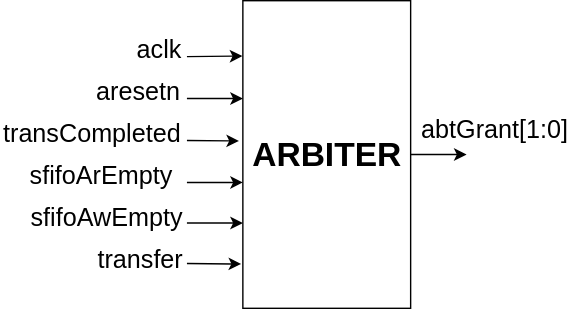
Earlier version of the draw.io export IMAGE/arbiter_block_diagram.drawio.svg (Manprocoder/AXI-APB-Bridge). Source tidied: cells renumbered, new cells last; positions are measured from the earlier drawing's top-left corner, leaving out a move shared by most shapes. Source of this version:
```xml
<mxGraphModel>
  <root>
    <mxCell id="0" />
    <mxCell id="1" parent="0" />
    <mxCell id="2" value="&lt;font style=&quot;font-size: 24px;&quot;&gt;&lt;b&gt;ARBITER&lt;/b&gt;&lt;/font&gt;" style="rounded=0;whiteSpace=wrap;html=1;" parent="1" vertex="1">
      <mxGeometry x="173" width="120" height="220" as="geometry" />
    </mxCell>
    <mxCell id="3" style="endArrow=classic;html=1;rounded=0;entryX=-0.003;entryY=0.18;entryDx=0;entryDy=0;entryPerimeter=0;" parent="1" edge="1" target="2">
      <mxGeometry relative="1" as="geometry">
        <mxPoint x="133" y="40" as="sourcePoint" />
      </mxGeometry>
    </mxCell>
    <mxCell id="4" value="&lt;font style=&quot;font-size: 18px;&quot;&gt;aclk&lt;/font&gt;" style="text;html=1;align=center;verticalAlign=middle;whiteSpace=wrap;rounded=0;" parent="1" vertex="1">
      <mxGeometry x="93" y="20" width="40" height="30" as="geometry" />
    </mxCell>
    <mxCell id="5" style="endArrow=classic;html=1;rounded=0;entryX=0;entryY=0.25;entryDx=0;entryDy=0;" parent="1" edge="1">
      <mxGeometry relative="1" as="geometry">
        <mxPoint x="133" y="70" as="sourcePoint" />
        <mxPoint x="173" y="70" as="targetPoint" />
      </mxGeometry>
    </mxCell>
    <mxCell id="6" value="&lt;font style=&quot;font-size: 18px;&quot;&gt;aresetn&lt;/font&gt;" style="text;html=1;align=center;verticalAlign=middle;whiteSpace=wrap;rounded=0;" parent="1" vertex="1">
      <mxGeometry x="63" y="50" width="70" height="30" as="geometry" />
    </mxCell>
    <mxCell id="7" style="endArrow=classic;html=1;rounded=0;exitX=1;exitY=0.5;exitDx=0;exitDy=0;" parent="1" edge="1" source="2">
      <mxGeometry relative="1" as="geometry">
        <mxPoint x="333" y="110" as="targetPoint" />
      </mxGeometry>
    </mxCell>
    <mxCell id="8" style="endArrow=classic;html=1;rounded=0;entryX=-0.023;entryY=0.456;entryDx=0;entryDy=0;entryPerimeter=0;" parent="1" edge="1" target="2">
      <mxGeometry relative="1" as="geometry">
        <mxPoint x="133" y="100" as="sourcePoint" />
      </mxGeometry>
    </mxCell>
    <mxCell id="9" value="&lt;font style=&quot;font-size: 18px;&quot;&gt;transCompleted&lt;/font&gt;" style="text;html=1;align=center;verticalAlign=middle;whiteSpace=wrap;rounded=0;" parent="1" vertex="1">
      <mxGeometry y="80" width="130" height="30" as="geometry" />
    </mxCell>
    <mxCell id="10" style="endArrow=classic;html=1;rounded=0;" parent="1" edge="1">
      <mxGeometry relative="1" as="geometry">
        <mxPoint x="133" y="130" as="sourcePoint" />
        <mxPoint x="173" y="130" as="targetPoint" />
      </mxGeometry>
    </mxCell>
    <mxCell id="11" value="&lt;font style=&quot;font-size: 18px;&quot;&gt;sfifoArEmpty&lt;/font&gt;" style="text;html=1;align=center;verticalAlign=middle;whiteSpace=wrap;rounded=0;" parent="1" vertex="1">
      <mxGeometry x="13" y="110" width="117" height="30" as="geometry" />
    </mxCell>
    <mxCell id="12" style="endArrow=classic;html=1;rounded=0;entryX=0;entryY=0.65;entryDx=0;entryDy=0;entryPerimeter=0;" parent="1" edge="1">
      <mxGeometry relative="1" as="geometry">
        <mxPoint x="133" y="159" as="sourcePoint" />
        <mxPoint x="173" y="159" as="targetPoint" />
      </mxGeometry>
    </mxCell>
    <mxCell id="13" value="&lt;font style=&quot;font-size: 18px;&quot;&gt;sfifoAwEmpty&lt;/font&gt;" style="text;html=1;align=center;verticalAlign=middle;whiteSpace=wrap;rounded=0;" parent="1" vertex="1">
      <mxGeometry x="17" y="140" width="117" height="30" as="geometry" />
    </mxCell>
    <mxCell id="14" value="&lt;font style=&quot;font-size: 18px;&quot;&gt;abtGrant[1:0]&lt;/font&gt;" style="text;html=1;align=center;verticalAlign=middle;whiteSpace=wrap;rounded=0;" parent="1" vertex="1">
      <mxGeometry x="293" y="77" width="120" height="30" as="geometry" />
    </mxCell>
    <mxCell id="15" style="endArrow=classic;html=1;rounded=0;entryX=-0.01;entryY=0.856;entryDx=0;entryDy=0;entryPerimeter=0;" parent="1" edge="1" target="2">
      <mxGeometry relative="1" as="geometry">
        <mxPoint x="133" y="188" as="sourcePoint" />
      </mxGeometry>
    </mxCell>
    <mxCell id="16" value="&lt;font style=&quot;font-size: 18px;&quot;&gt;transfer&lt;/font&gt;" style="text;html=1;align=center;verticalAlign=middle;whiteSpace=wrap;rounded=0;" parent="1" vertex="1">
      <mxGeometry x="61" y="170" width="77" height="30" as="geometry" />
    </mxCell>
  </root>
</mxGraphModel>
```
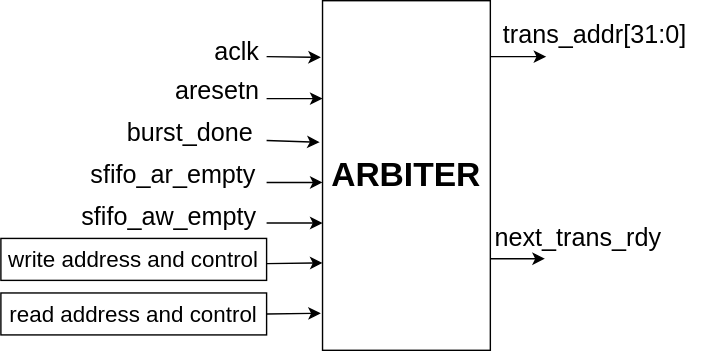
The same diagram one commit later.

What changed in the source:
```diff
@@ -3,15 +3,15 @@
     <mxCell id="0" />
     <mxCell id="1" parent="0" />
     <mxCell id="2" value="&lt;font style=&quot;font-size: 24px;&quot;&gt;&lt;b&gt;ARBITER&lt;/b&gt;&lt;/font&gt;" style="rounded=0;whiteSpace=wrap;html=1;" parent="1" vertex="1">
-      <mxGeometry x="173" width="120" height="220" as="geometry" />
+      <mxGeometry x="173" width="120" height="250" as="geometry" />
     </mxCell>
-    <mxCell id="3" style="endArrow=classic;html=1;rounded=0;entryX=-0.003;entryY=0.18;entryDx=0;entryDy=0;entryPerimeter=0;" parent="1" edge="1" target="2">
+    <mxCell id="3" style="endArrow=classic;html=1;rounded=0;entryX=-0.01;entryY=0.162;entryDx=0;entryDy=0;entryPerimeter=0;" parent="1" edge="1" target="2">
       <mxGeometry relative="1" as="geometry">
         <mxPoint x="133" y="40" as="sourcePoint" />
       </mxGeometry>
     </mxCell>
     <mxCell id="4" value="&lt;font style=&quot;font-size: 18px;&quot;&gt;aclk&lt;/font&gt;" style="text;html=1;align=center;verticalAlign=middle;whiteSpace=wrap;rounded=0;" parent="1" vertex="1">
-      <mxGeometry x="93" y="20" width="40" height="30" as="geometry" />
+      <mxGeometry x="92" y="22" width="40" height="30" as="geometry" />
     </mxCell>
     <mxCell id="5" style="endArrow=classic;html=1;rounded=0;entryX=0;entryY=0.25;entryDx=0;entryDy=0;" parent="1" edge="1">
       <mxGeometry relative="1" as="geometry">
@@ -22,18 +22,19 @@
     <mxCell id="6" value="&lt;font style=&quot;font-size: 18px;&quot;&gt;aresetn&lt;/font&gt;" style="text;html=1;align=center;verticalAlign=middle;whiteSpace=wrap;rounded=0;" parent="1" vertex="1">
       <mxGeometry x="63" y="50" width="70" height="30" as="geometry" />
     </mxCell>
-    <mxCell id="7" style="endArrow=classic;html=1;rounded=0;exitX=1;exitY=0.5;exitDx=0;exitDy=0;" parent="1" edge="1" source="2">
+    <mxCell id="7" style="endArrow=classic;html=1;rounded=0;exitX=1;exitY=0.5;exitDx=0;exitDy=0;" parent="1" edge="1">
       <mxGeometry relative="1" as="geometry">
-        <mxPoint x="333" y="110" as="targetPoint" />
+        <mxPoint x="293" y="40" as="sourcePoint" />
+        <mxPoint x="333" y="40" as="targetPoint" />
       </mxGeometry>
     </mxCell>
-    <mxCell id="8" style="endArrow=classic;html=1;rounded=0;entryX=-0.023;entryY=0.456;entryDx=0;entryDy=0;entryPerimeter=0;" parent="1" edge="1" target="2">
+    <mxCell id="8" style="endArrow=classic;html=1;rounded=0;entryX=-0.017;entryY=0.405;entryDx=0;entryDy=0;entryPerimeter=0;" parent="1" edge="1" target="2">
       <mxGeometry relative="1" as="geometry">
         <mxPoint x="133" y="100" as="sourcePoint" />
       </mxGeometry>
     </mxCell>
-    <mxCell id="9" value="&lt;font style=&quot;font-size: 18px;&quot;&gt;transCompleted&lt;/font&gt;" style="text;html=1;align=center;verticalAlign=middle;whiteSpace=wrap;rounded=0;" parent="1" vertex="1">
-      <mxGeometry y="80" width="130" height="30" as="geometry" />
+    <mxCell id="9" value="&lt;font style=&quot;font-size: 18px;&quot;&gt;burst_done&lt;/font&gt;" style="text;html=1;align=center;verticalAlign=middle;whiteSpace=wrap;rounded=0;" parent="1" vertex="1">
+      <mxGeometry x="30" y="80" width="97" height="30" as="geometry" />
     </mxCell>
     <mxCell id="10" style="endArrow=classic;html=1;rounded=0;" parent="1" edge="1">
       <mxGeometry relative="1" as="geometry">
@@ -41,8 +42,8 @@
         <mxPoint x="173" y="130" as="targetPoint" />
       </mxGeometry>
     </mxCell>
-    <mxCell id="11" value="&lt;font style=&quot;font-size: 18px;&quot;&gt;sfifoArEmpty&lt;/font&gt;" style="text;html=1;align=center;verticalAlign=middle;whiteSpace=wrap;rounded=0;" parent="1" vertex="1">
-      <mxGeometry x="13" y="110" width="117" height="30" as="geometry" />
+    <mxCell id="11" value="&lt;font style=&quot;font-size: 18px;&quot;&gt;sfifo_ar_empty&lt;/font&gt;" style="text;html=1;align=center;verticalAlign=middle;whiteSpace=wrap;rounded=0;" parent="1" vertex="1">
+      <mxGeometry x="3" y="110" width="127" height="30" as="geometry" />
     </mxCell>
     <mxCell id="12" style="endArrow=classic;html=1;rounded=0;entryX=0;entryY=0.65;entryDx=0;entryDy=0;entryPerimeter=0;" parent="1" edge="1">
       <mxGeometry relative="1" as="geometry">
@@ -50,19 +51,34 @@
         <mxPoint x="173" y="159" as="targetPoint" />
       </mxGeometry>
     </mxCell>
-    <mxCell id="13" value="&lt;font style=&quot;font-size: 18px;&quot;&gt;sfifoAwEmpty&lt;/font&gt;" style="text;html=1;align=center;verticalAlign=middle;whiteSpace=wrap;rounded=0;" parent="1" vertex="1">
-      <mxGeometry x="17" y="140" width="117" height="30" as="geometry" />
+    <mxCell id="13" value="&lt;font style=&quot;font-size: 18px;&quot;&gt;sfifo_aw_empty&lt;/font&gt;" style="text;html=1;align=center;verticalAlign=middle;whiteSpace=wrap;rounded=0;" parent="1" vertex="1">
+      <mxGeometry x="-7" y="140" width="141" height="30" as="geometry" />
     </mxCell>
-    <mxCell id="14" value="&lt;font style=&quot;font-size: 18px;&quot;&gt;abtGrant[1:0]&lt;/font&gt;" style="text;html=1;align=center;verticalAlign=middle;whiteSpace=wrap;rounded=0;" parent="1" vertex="1">
-      <mxGeometry x="293" y="77" width="120" height="30" as="geometry" />
+    <mxCell id="14" value="&lt;font style=&quot;font-size: 18px;&quot;&gt;trans_addr[31:0]&lt;/font&gt;" style="text;html=1;align=center;verticalAlign=middle;whiteSpace=wrap;rounded=0;" parent="1" vertex="1">
+      <mxGeometry x="293" y="10" width="150" height="30" as="geometry" />
     </mxCell>
-    <mxCell id="15" style="endArrow=classic;html=1;rounded=0;entryX=-0.01;entryY=0.856;entryDx=0;entryDy=0;entryPerimeter=0;" parent="1" edge="1" target="2">
+    <mxCell id="15" style="endArrow=classic;html=1;rounded=0;entryX=0;entryY=0.75;entryDx=0;entryDy=0;" parent="1" edge="1" target="2">
       <mxGeometry relative="1" as="geometry">
         <mxPoint x="133" y="188" as="sourcePoint" />
       </mxGeometry>
     </mxCell>
-    <mxCell id="16" value="&lt;font style=&quot;font-size: 18px;&quot;&gt;transfer&lt;/font&gt;" style="text;html=1;align=center;verticalAlign=middle;whiteSpace=wrap;rounded=0;" parent="1" vertex="1">
-      <mxGeometry x="61" y="170" width="77" height="30" as="geometry" />
-    </mxCell>
+    <mxCell id="17" style="endArrow=classic;html=1;rounded=0;entryX=-0.01;entryY=0.856;entryDx=0;entryDy=0;entryPerimeter=0;" parent="1" edge="1">
+      <mxGeometry relative="1" as="geometry">
+        <mxPoint x="293" y="184.5" as="sourcePoint" />
+        <mxPoint x="332" y="184.5" as="targetPoint" />
+      </mxGeometry>
+    </mxCell>
+    <mxCell id="18" value="&lt;font style=&quot;font-size: 18px;&quot;&gt;next_trans_rdy&lt;/font&gt;" style="text;html=1;align=center;verticalAlign=middle;whiteSpace=wrap;rounded=0;" parent="1" vertex="1">
+      <mxGeometry x="291" y="155" width="130" height="30" as="geometry" />
+    </mxCell>
+    <mxCell id="19" value="&lt;font style=&quot;font-size: 16px;&quot;&gt;write address and control&lt;/font&gt;" style="rounded=0;whiteSpace=wrap;html=1;" parent="1" vertex="1">
+      <mxGeometry x="-57" y="170" width="190" height="30" as="geometry" />
+    </mxCell>
+    <mxCell id="20" value="&lt;font style=&quot;font-size: 16px;&quot;&gt;read address and control&lt;/font&gt;" style="rounded=0;whiteSpace=wrap;html=1;" parent="1" vertex="1">
+      <mxGeometry x="-57" y="209" width="190" height="30" as="geometry" />
+    </mxCell>
+    <mxCell id="21" style="endArrow=classic;html=1;rounded=0;entryX=-0.01;entryY=0.894;entryDx=0;entryDy=0;exitX=1;exitY=0.5;exitDx=0;exitDy=0;entryPerimeter=0;" parent="1" edge="1" source="20" target="2">
+      <mxGeometry relative="1" as="geometry" />
+    </mxCell>
   </root>
 </mxGraphModel>
```
